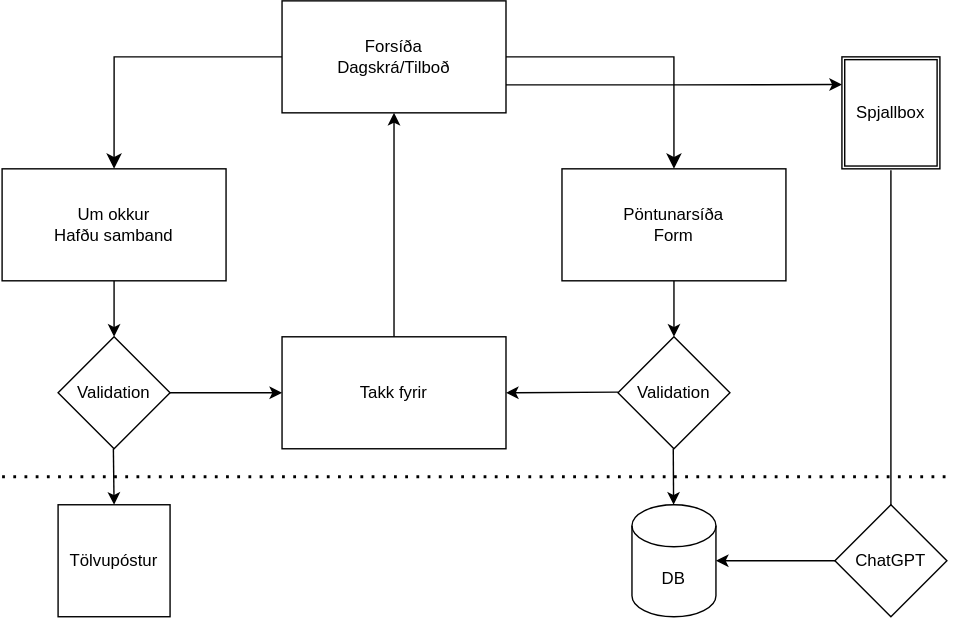
Above: Verkefni-6/Námsefni-6/flowChart.drawio.svg in vefhonnun/24H-verkefni (draw.io), before the change. Source tidied: cells renumbered, new cells last; positions are measured from the earlier drawing's top-left corner, leaving out a move shared by most shapes.
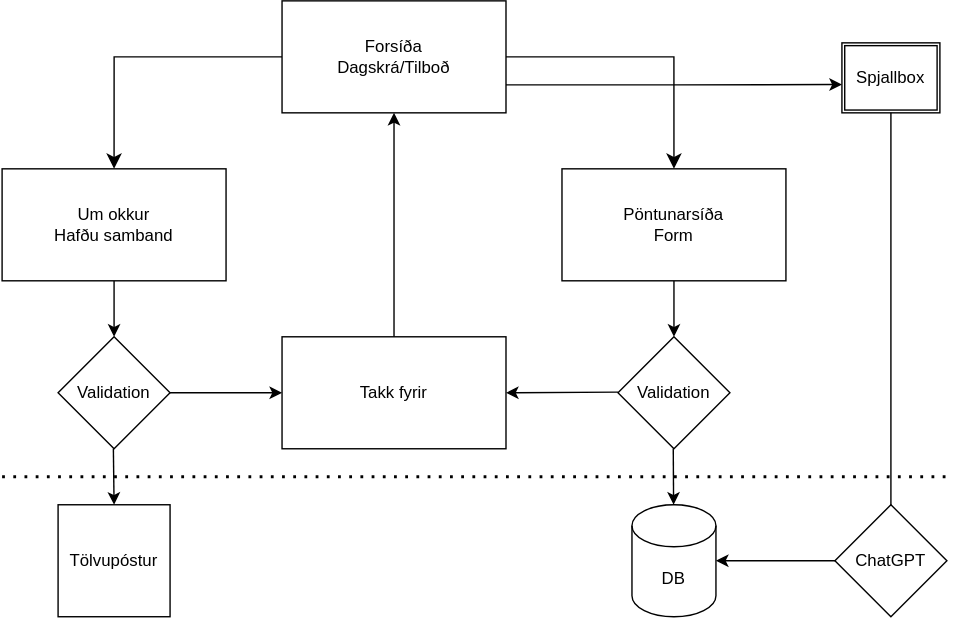
After the change.

Change to the diagram source:
```diff
@@ -76,11 +76,10 @@
       </mxGeometry>
     </mxCell>
     <mxCell id="20" value="Spjallbox" style="shape=ext;double=1;rounded=0;whiteSpace=wrap;html=1;" parent="1" vertex="1">
-      <mxGeometry x="600" y="40" width="70" height="80" as="geometry" />
+      <mxGeometry x="600" y="30" width="70" height="50" as="geometry" />
     </mxCell>
-    <mxCell id="21" style="endArrow=classic;html=1;rounded=0;edgeStyle=orthogonalEdgeStyle;" parent="1" edge="1" target="5">
+    <mxCell id="21" style="endArrow=classic;html=1;rounded=0;edgeStyle=orthogonalEdgeStyle;exitX=0.5;exitY=1;exitDx=0;exitDy=0;" parent="1" edge="1" source="20" target="5">
       <mxGeometry relative="1" as="geometry">
-        <mxPoint x="635" y="121" as="sourcePoint" />
         <Array as="points">
           <mxPoint x="635" y="400" />
         </Array>
```
